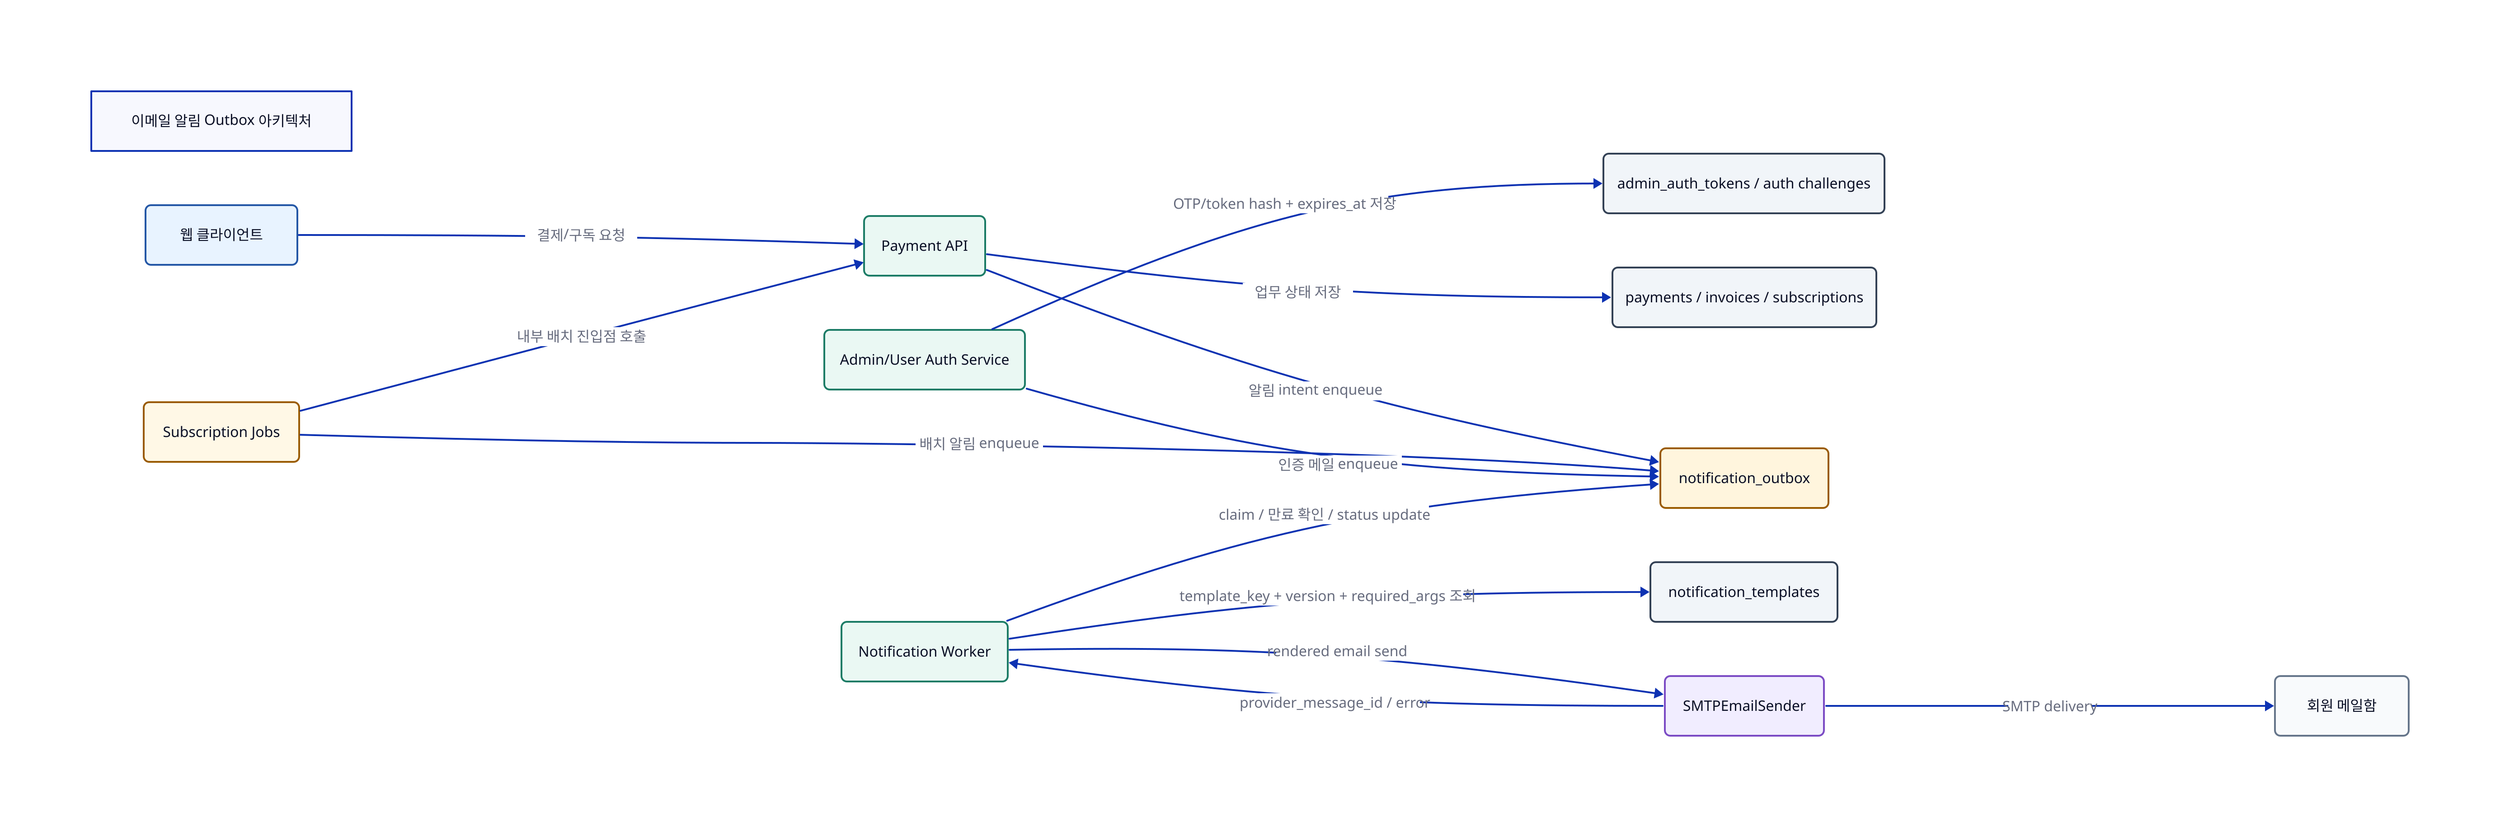
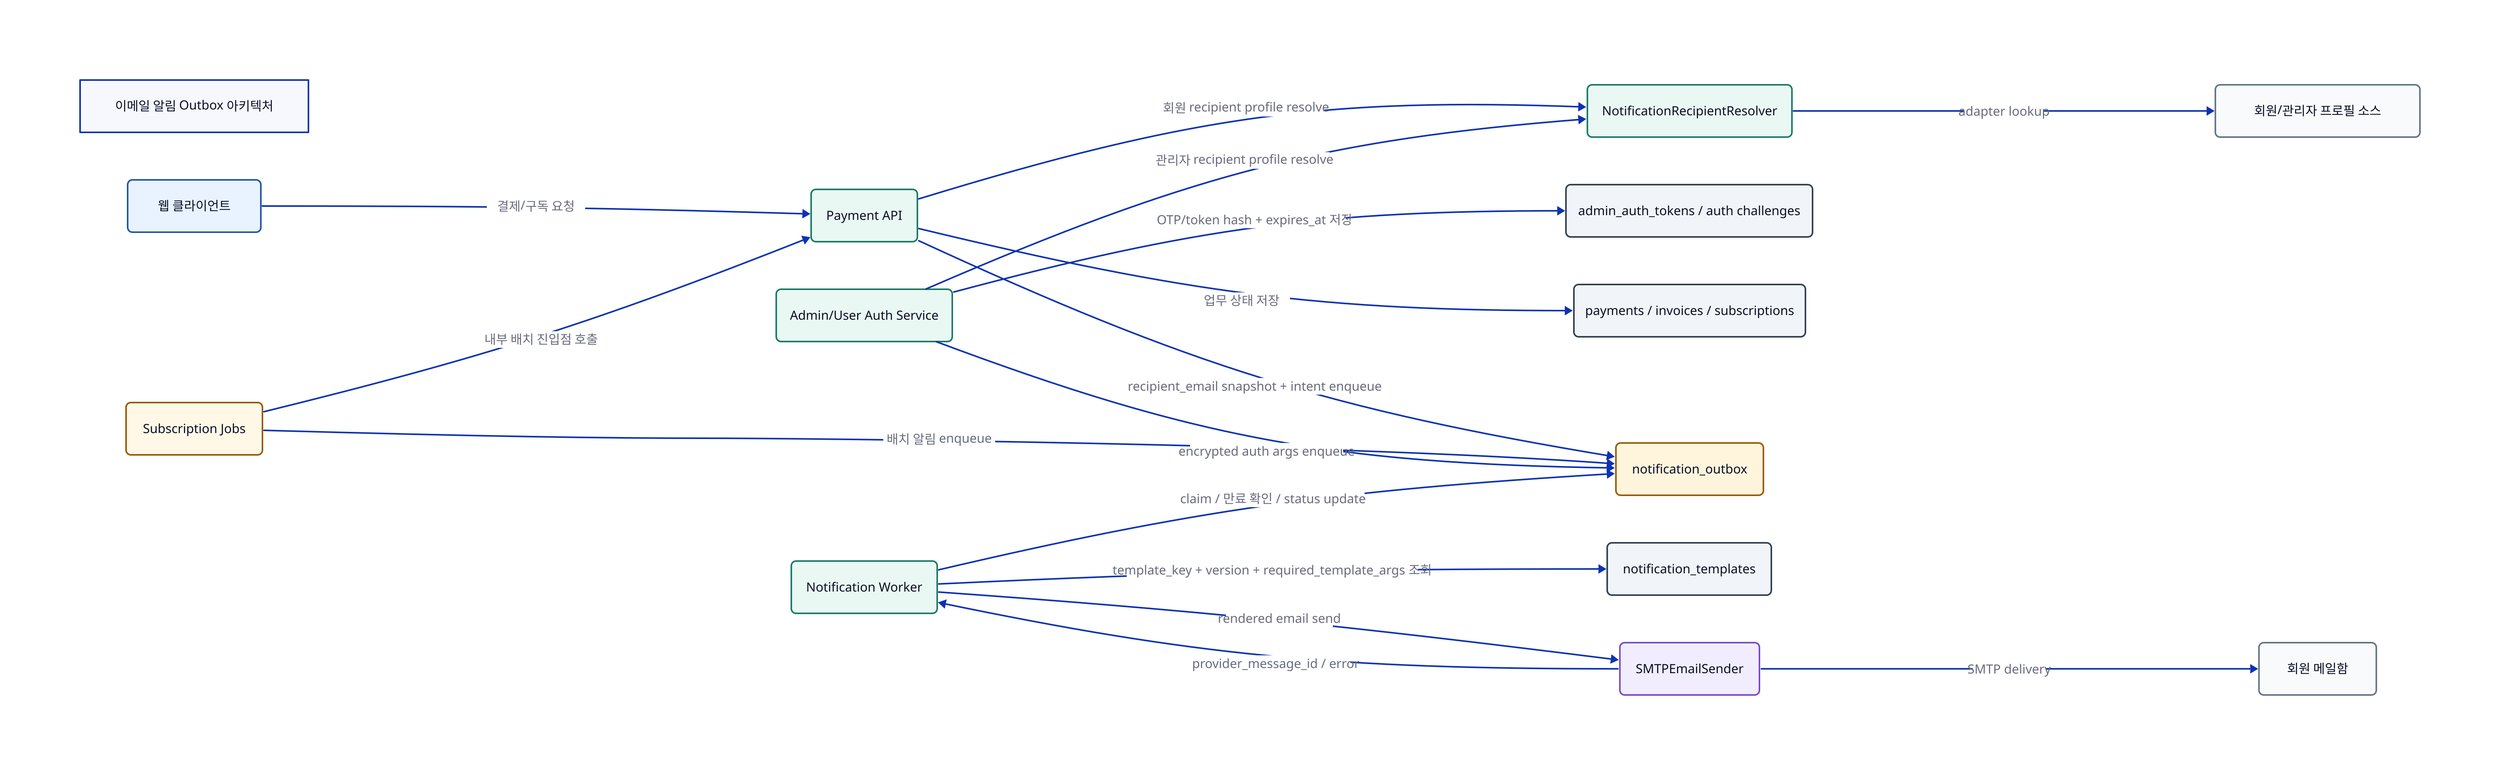
direction: right
title: "이메일 알림 Outbox 아키텍처"

client: "웹 클라이언트" {
  shape: rectangle
  style.fill: "#e8f3ff"
  style.stroke: "#2457a6"
  style.border-radius: 6
}
payment_api: "Payment API" {
  shape: rectangle
  style.fill: "#eaf8f3"
  style.stroke: "#1c7c66"
  style.border-radius: 6
}
subscription_jobs: "Subscription Jobs" {
  shape: rectangle
  style.fill: "#fff8e6"
  style.stroke: "#9a5b00"
  style.border-radius: 6
}
auth_service: "Admin/User Auth Service" {
  shape: rectangle
  style.fill: "#eaf8f3"
  style.stroke: "#1c7c66"
+   style.border-radius: 6
+ }
+ recipient_resolver: "NotificationRecipientResolver" {
+   shape: rectangle
+   style.fill: "#eaf8f3"
+   style.stroke: "#1c7c66"
+   style.border-radius: 6
+ }
+ profile_source: "회원/관리자 프로필 소스" {
+   shape: rectangle
+   style.fill: "#f8fafc"
+   style.stroke: "#65758a"
  style.border-radius: 6
}
auth_tokens: "admin_auth_tokens / auth challenges" {
  shape: rectangle
  style.fill: "#f1f5f9"
  style.stroke: "#334155"
  style.border-radius: 6
}
business_state: "payments / invoices / subscriptions" {
  shape: rectangle
  style.fill: "#f1f5f9"
  style.stroke: "#334155"
  style.border-radius: 6
}
notification_outbox: "notification_outbox" {
  shape: rectangle
  style.fill: "#fff5dd"
  style.stroke: "#9a5b00"
  style.border-radius: 6
}
notification_templates: "notification_templates" {
  shape: rectangle
  style.fill: "#f1f5f9"
  style.stroke: "#334155"
  style.border-radius: 6
}
notification_worker: "Notification Worker" {
  shape: rectangle
  style.fill: "#eaf8f3"
  style.stroke: "#1c7c66"
  style.border-radius: 6
}
smtp_adapter: "SMTPEmailSender" {
  shape: rectangle
  style.fill: "#f1edff"
  style.stroke: "#7b4bc4"
  style.border-radius: 6
}
mailbox: "회원 메일함" {
  shape: rectangle
  style.fill: "#f8fafc"
  style.stroke: "#65758a"
  style.border-radius: 6
}

client -> payment_api: "결제/구독 요청"
subscription_jobs -> payment_api: "내부 배치 진입점 호출"
payment_api -> business_state: "업무 상태 저장"
- payment_api -> notification_outbox: "알림 intent enqueue"
+ payment_api -> recipient_resolver: "회원 recipient profile resolve"
+ payment_api -> notification_outbox: "recipient_email snapshot + intent enqueue"
subscription_jobs -> notification_outbox: "배치 알림 enqueue"
auth_service -> auth_tokens: "OTP/token hash + expires_at 저장"
- auth_service -> notification_outbox: "인증 메일 enqueue"
+ auth_service -> recipient_resolver: "관리자 recipient profile resolve"
+ recipient_resolver -> profile_source: "adapter lookup"
+ auth_service -> notification_outbox: "encrypted auth args enqueue"
notification_worker -> notification_outbox: "claim / 만료 확인 / status update"
- notification_worker -> notification_templates: "template_key + version + required_args 조회"
+ notification_worker -> notification_templates: "template_key + version + required_template_args 조회"
notification_worker -> smtp_adapter: "rendered email send"
smtp_adapter -> mailbox: "SMTP delivery"
smtp_adapter -> notification_worker: "provider_message_id / error"
